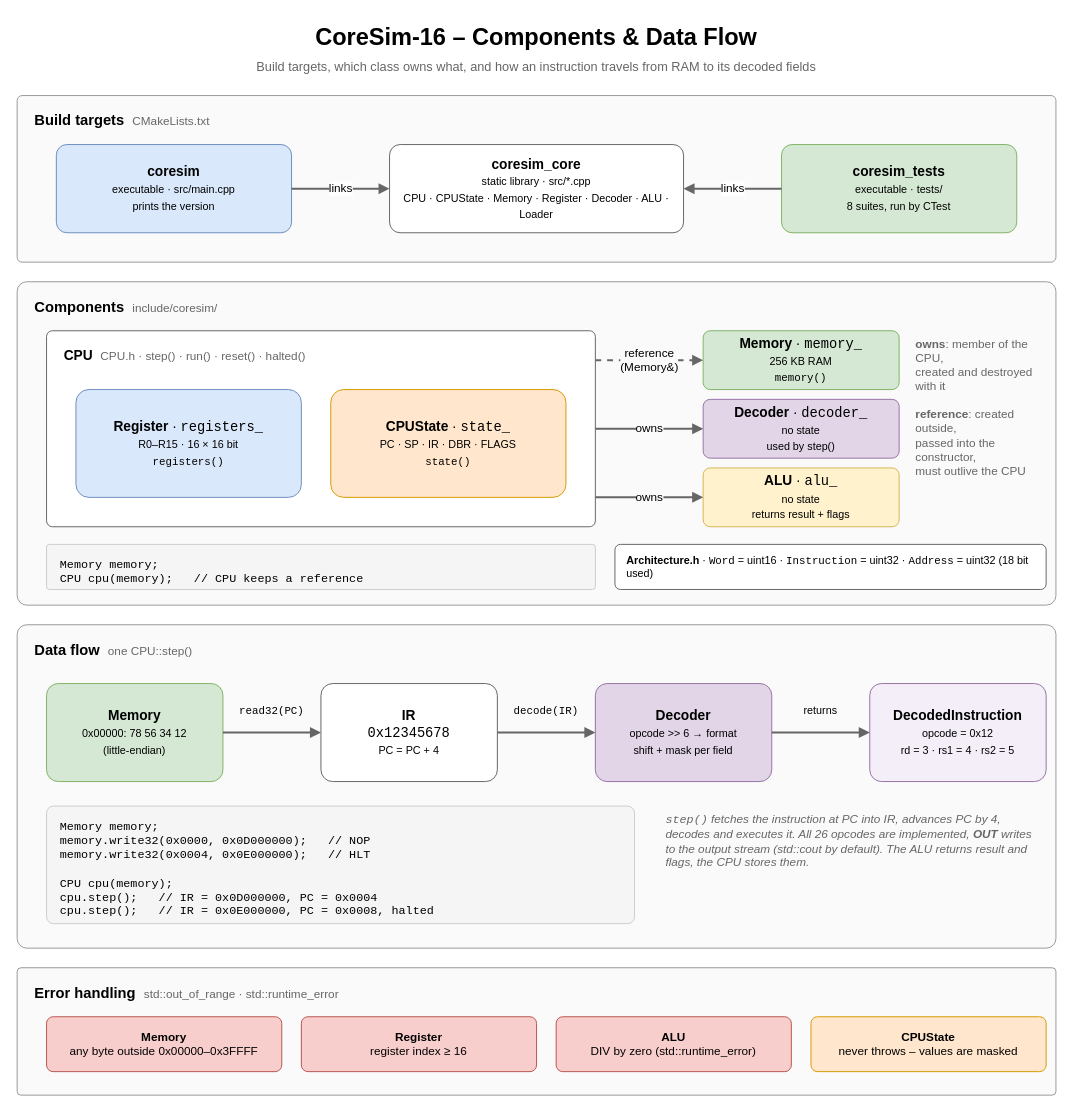
kpolet2010-hue/CoreSim keeps this draw.io diagram as diagrams/data-flow.drawio. Above is the earlier version. Source tidied: cells renumbered, new cells numbered last; positions are measured from the earlier drawing's top-left corner, leaving out a move shared by most shapes. Both pictures are drawn from the tidied source at 98%, with x=0, y=0 at pixel (17, 17).
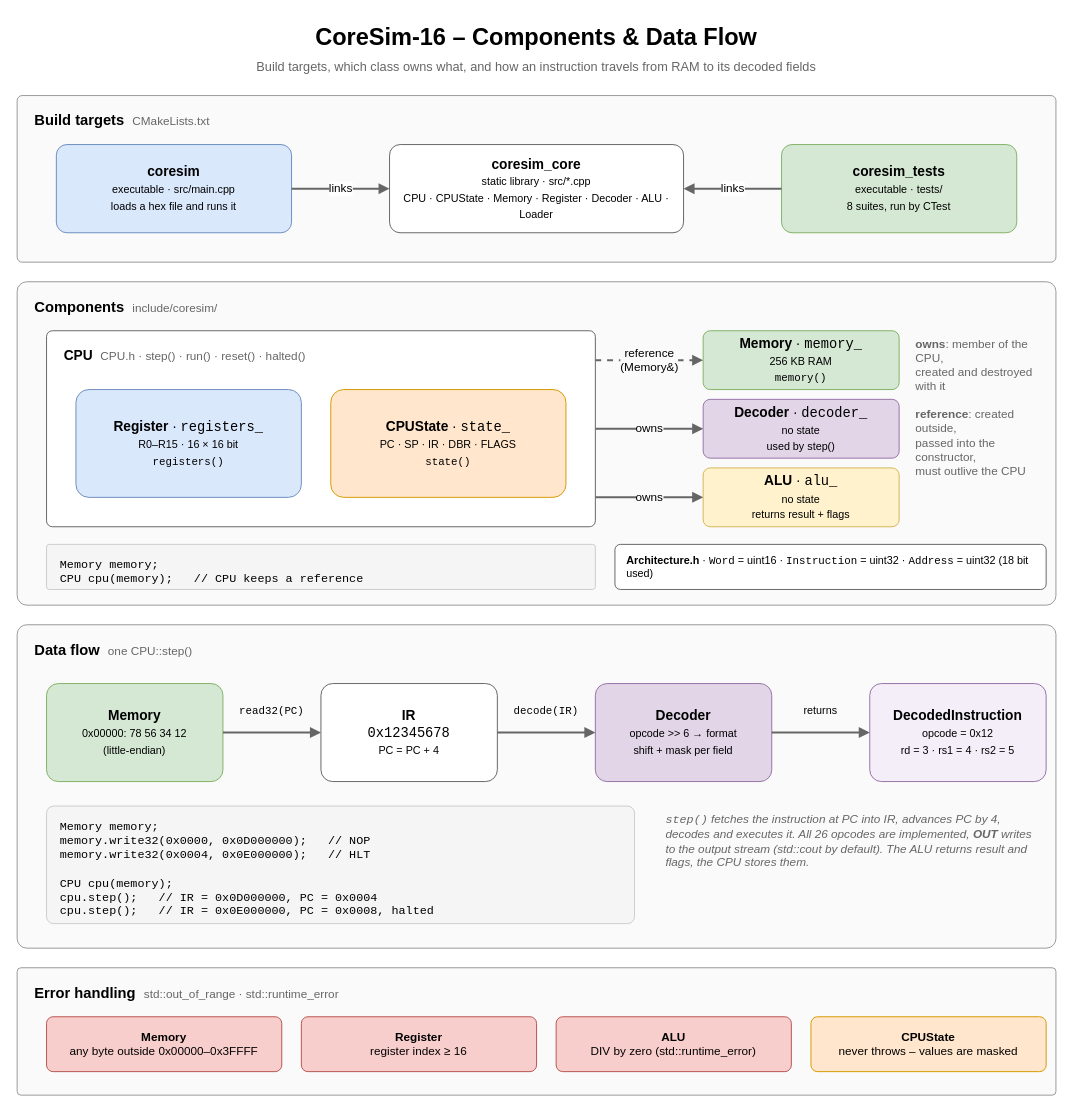
After the change.

Diff of the diagram source:
```diff
@@
-    <mxCell id="6" value="&lt;b&gt;coresim&lt;/b&gt;&lt;br&gt;&lt;font style=&quot;font-size:11px&quot;&gt;executable &amp;middot; src/main.cpp&lt;br&gt;prints the version&lt;/font&gt;" style="rounded=1;arcSize=12;whiteSpace=wrap;html=1;fontFamily=Helvetica;fillColor=#dae8fc;strokeColor=#6c8ebf;fontSize=14;" parent="1" vertex="1">
+    <mxCell id="6" value="&lt;b&gt;coresim&lt;/b&gt;&lt;br&gt;&lt;font style=&quot;font-size:11px&quot;&gt;executable &amp;middot; src/main.cpp&lt;br&gt;loads a hex file and runs it&lt;/font&gt;" style="rounded=1;arcSize=12;whiteSpace=wrap;html=1;fontFamily=Helvetica;fillColor=#dae8fc;strokeColor=#6c8ebf;fontSize=14;" parent="1" vertex="1">
       <mxGeometry x="40" y="130" width="240" height="90" as="geometry" />
     </mxCell>
```
